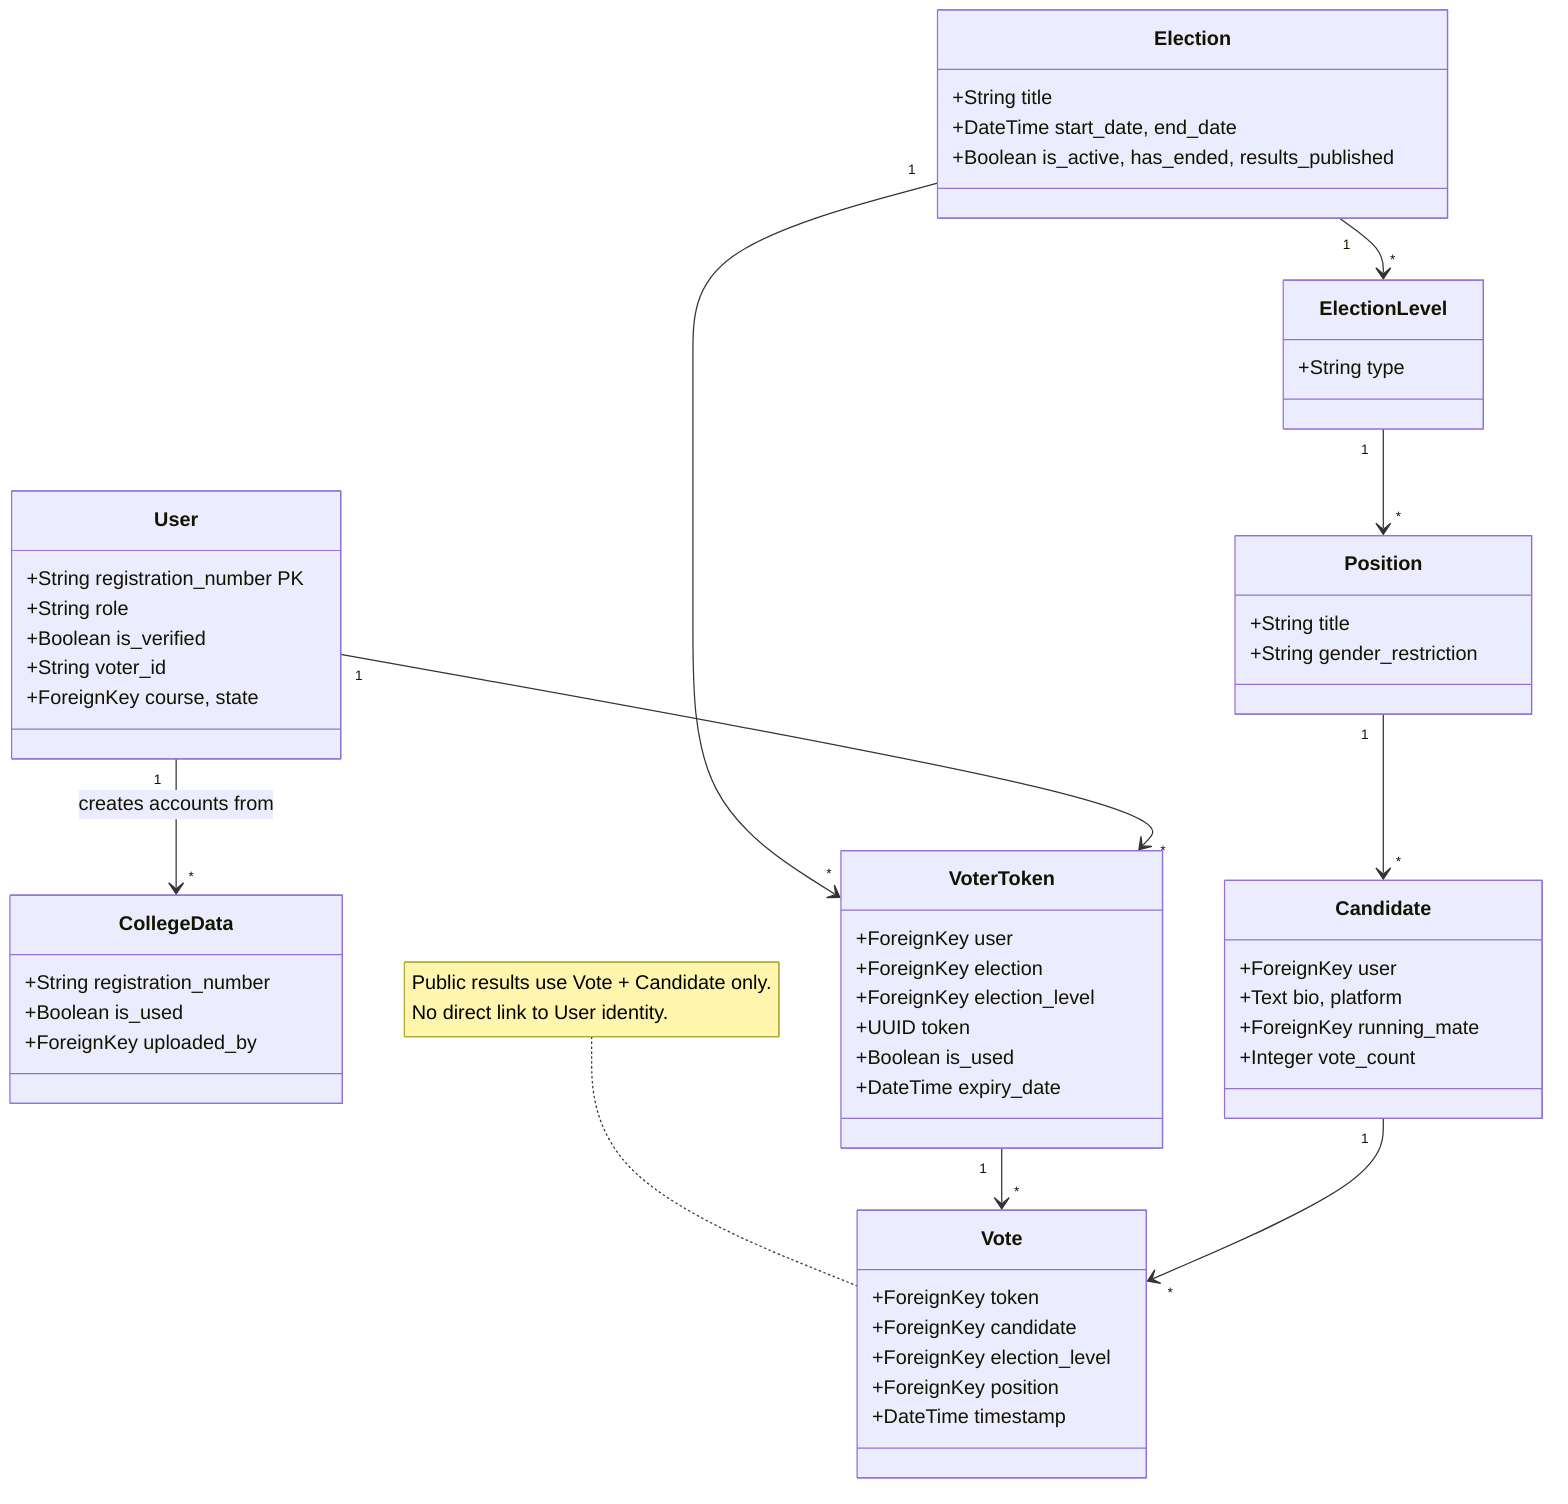
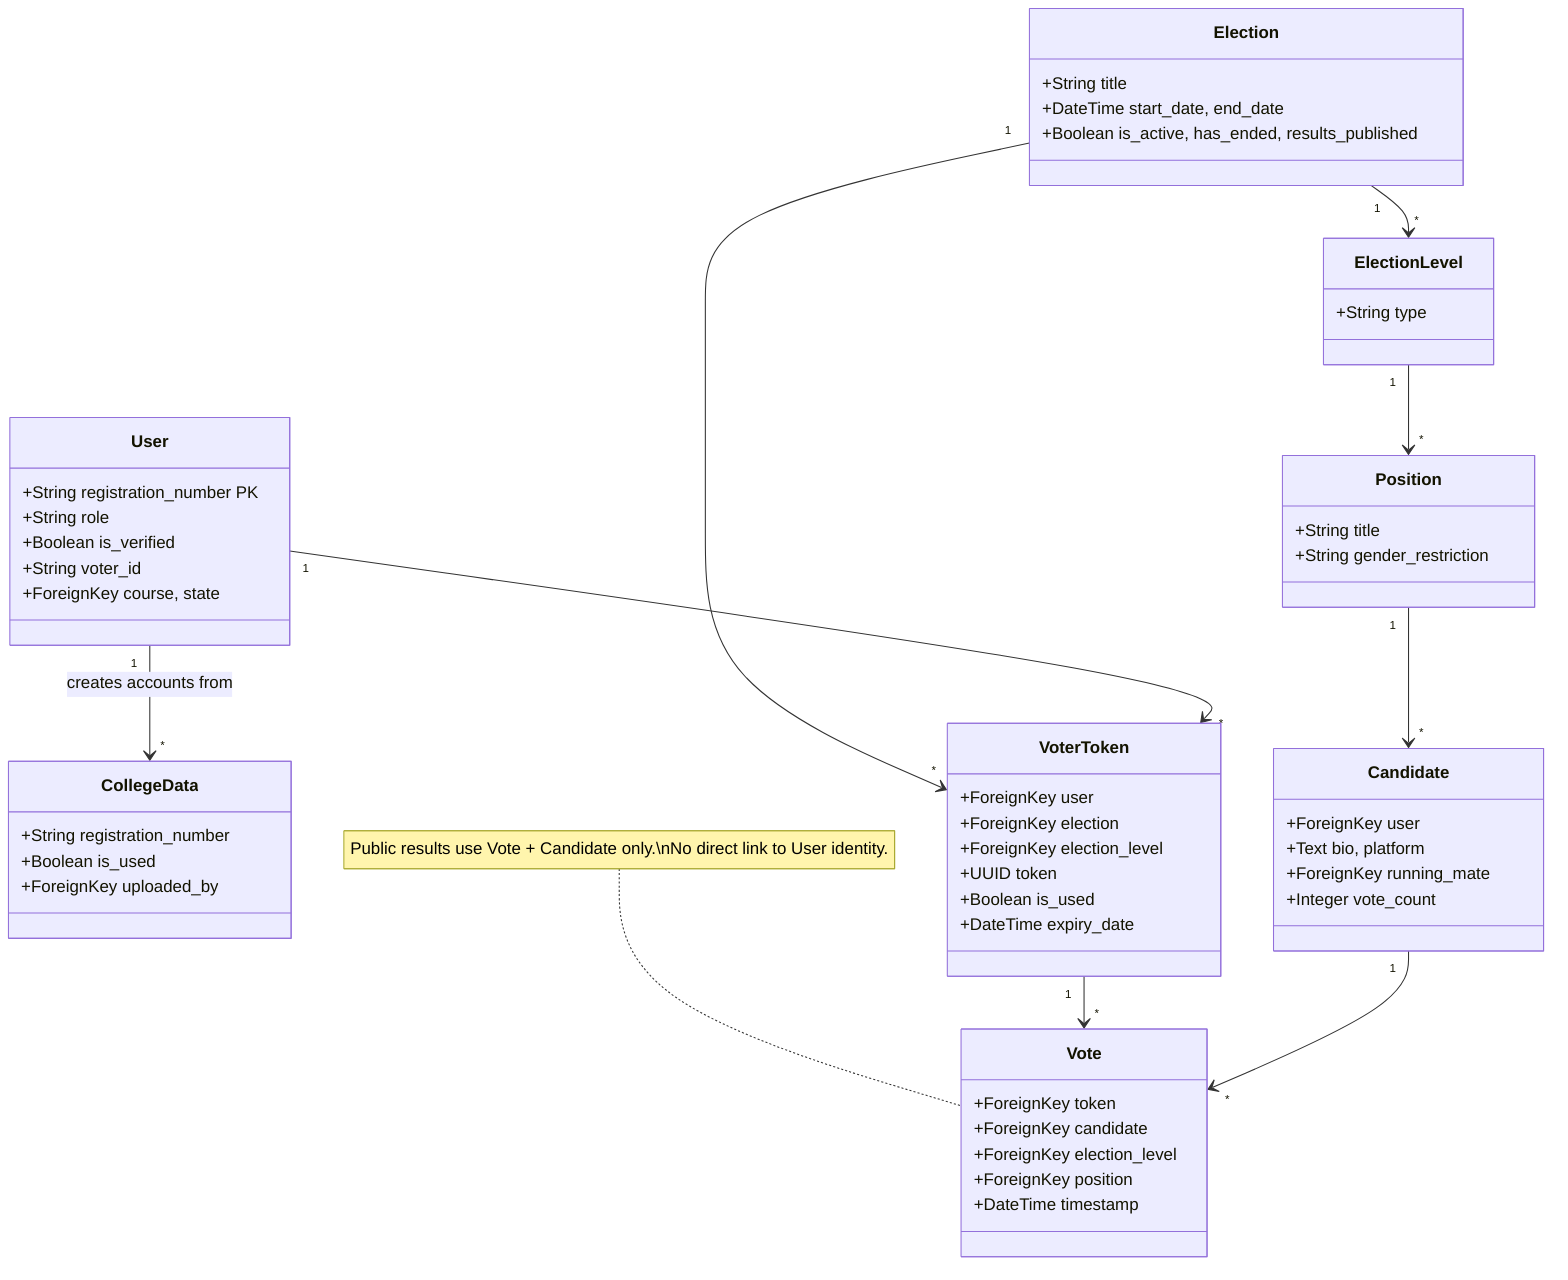
classDiagram
    class User {
        +String registration_number PK
        +String role
        +Boolean is_verified
        +String voter_id
        +ForeignKey course, state
    }
    class CollegeData {
        +String registration_number
        +Boolean is_used
        +ForeignKey uploaded_by
    }
    class Election {
        +String title
        +DateTime start_date, end_date
        +Boolean is_active, has_ended, results_published
    }
    class ElectionLevel {
        +String type
    }
    class Position {
        +String title
        +String gender_restriction
    }
    class Candidate {
        +ForeignKey user
        +Text bio, platform
        +ForeignKey running_mate
        +Integer vote_count
    }
    class VoterToken {
        +ForeignKey user
        +ForeignKey election
        +ForeignKey election_level
        +UUID token
        +Boolean is_used
        +DateTime expiry_date
    }
    class Vote {
        +ForeignKey token
        +ForeignKey candidate
        +ForeignKey election_level
        +ForeignKey position
        +DateTime timestamp
    }

    User "1" --> "*" CollegeData : creates accounts from
    Election "1" --> "*" ElectionLevel
    ElectionLevel "1" --> "*" Position
    Position "1" --> "*" Candidate
    Election "1" --> "*" VoterToken
    User "1" --> "*" VoterToken
    VoterToken "1" --> "*" Vote
    Candidate "1" --> "*" Vote

-     note for Vote "Public results use Vote + Candidate only.<br/>No direct link to User identity."
+     note for Vote "Public results use Vote + Candidate only.\nNo direct link to User identity."
